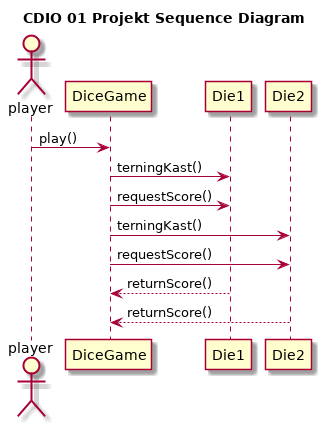
This is UML/sequence.png from madsstorgaardnielsen/CDIO1_20_del1, a PlantUML export, as it was before one commit. The source it was exported from:
```plantuml
@startuml
title CDIO 01 Projekt Sequence Diagram
actor player as p
p -> DiceGame : play()
DiceGame -> Die1 : terningKast()
DiceGame -> Die1 : requestScore()
DiceGame -> Die2 : terningKast()
DiceGame -> Die2 : requestScore()
Die1 --> DiceGame : returnScore()
Die2 --> DiceGame : returnScore()
@enduml
```
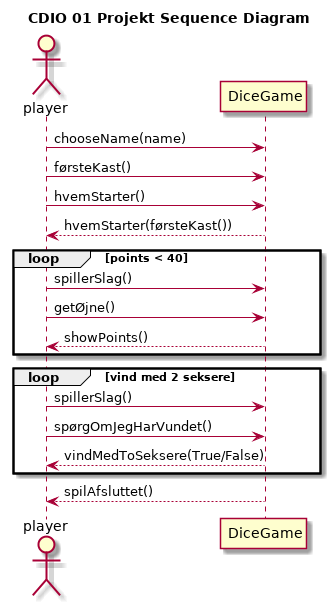
After the change.

What changed in the source:
```diff
@@ -1,11 +1,20 @@
 @startuml
 title CDIO 01 Projekt Sequence Diagram
 actor player as p
-p -> DiceGame : play()
-DiceGame -> Die1 : terningKast()
-DiceGame -> Die1 : requestScore()
-DiceGame -> Die2 : terningKast()
-DiceGame -> Die2 : requestScore()
-Die1 --> DiceGame : returnScore()
-Die2 --> DiceGame : returnScore()
+
+p -> DiceGame : chooseName(name)
+p -> DiceGame : førsteKast()
+p -> DiceGame : hvemStarter()
+p <-- DiceGame : hvemStarter(førsteKast())
+loop points < 40
+	p -> DiceGame : spillerSlag()
+	p -> DiceGame : getØjne()
+	p <-- DiceGame : showPoints()
+end
+loop vind med 2 seksere
+	p -> DiceGame : spillerSlag()
+	p -> DiceGame : spørgOmJegHarVundet()
+	p <-- DiceGame : vindMedToSeksere(True/False)
+end
+p <-- DiceGame : spilAfsluttet()
 @enduml
```
